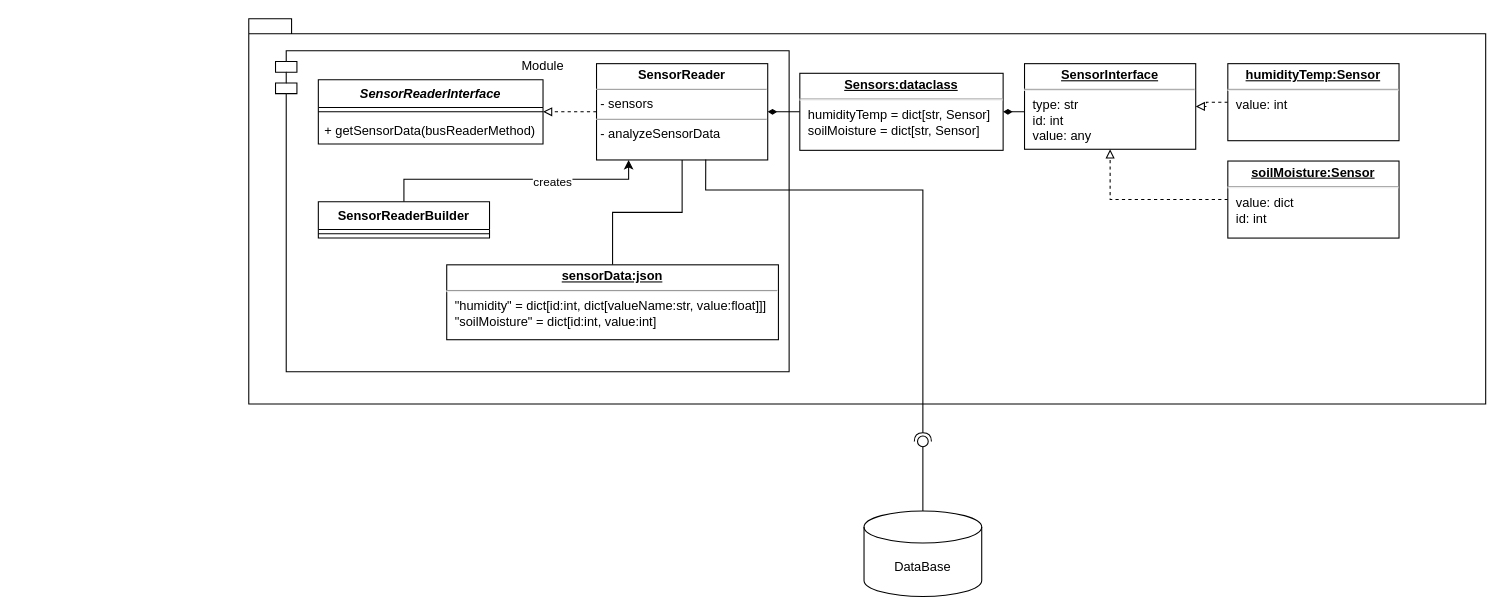
Above: SensorReader/Architecture/Architecture.drawio in Uhgtred/OpenGreenHouse (draw.io), before the change. Source tidied: cells renumbered, new cells numbered last; positions are measured from the earlier drawing's top-left corner, leaving out a move shared by most shapes. Both pictures are drawn from the tidied source at 107%, with x=0, y=0 at pixel (248, 18).
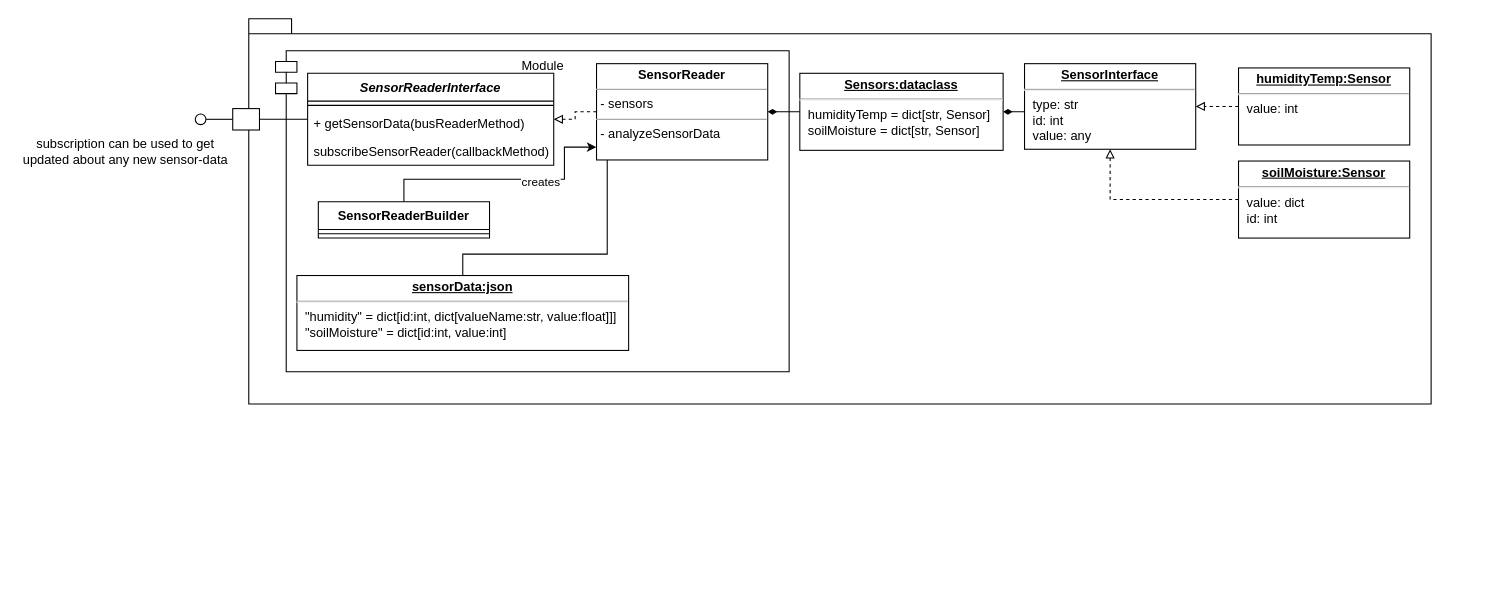
The same diagram, later.

Commit message (it also covers changes not shown here):
update of architecture and sensorReader

Unchanged cells that the change refers to:
```xml
<mxCell id="10" value="&lt;p style=&quot;margin:0px;margin-top:4px;text-align:center;&quot;&gt;&lt;b&gt;SensorReader&lt;/b&gt;&lt;/p&gt;&lt;hr size=&quot;1&quot;&gt;&lt;p style=&quot;margin:0px;margin-left:4px;&quot;&gt;- sensors&lt;/p&gt;&lt;hr size=&quot;1&quot;&gt;&lt;p style=&quot;margin:0px;margin-left:4px;&quot;&gt;- analyzeSensorData&lt;/p&gt;" style="verticalAlign=top;align=left;overflow=fill;fontSize=12;fontFamily=Helvetica;html=1;" parent="1" vertex="1">
  <mxGeometry x="325" y="42" width="160" height="90" as="geometry" />
</mxCell>
<mxCell id="17" style="group;" parent="13" vertex="1">
  <mxGeometry x="190" width="160" height="163" as="geometry" />
</mxCell>
<mxCell id="25" style="ellipse;whiteSpace=wrap;html=1;align=center;fillColor=none;strokeColor=none;perimeter=centerPerimeter;points=[];outlineConnect=1;" parent="1" vertex="1">
  <mxGeometry x="625" y="390" width="10" height="10" as="geometry" />
</mxCell>
<mxCell id="28" value="SensorReaderBuilder" style="swimlane;fontStyle=1;align=center;verticalAlign=top;horizontal=1;startSize=26;whiteSpace=wrap;html=1;" parent="1" vertex="1">
  <mxGeometry x="65" y="171" width="160" height="34" as="geometry" />
</mxCell>
```

The edit, as a diff of the source:
```diff
@@
     <mxCell id="2" style="shape=folder;fontStyle=1;spacingTop=10;tabWidth=40;tabHeight=14;tabPosition=left;html=1;" parent="1" vertex="1">
-      <mxGeometry width="1156" height="360" as="geometry" />
+      <mxGeometry width="1105" height="360" as="geometry" />
     </mxCell>
@@
     <mxCell id="4" style="edgeStyle=orthogonalEdgeStyle;rounded=0;jettySize=auto;html=1;endArrow=none;endFill=0;" parent="1" edge="1" source="10" target="20">
-      <mxGeometry relative="1" as="geometry" />
+      <mxGeometry relative="1" as="geometry">
+        <Array as="points">
+          <mxPoint x="335" y="220" />
+          <mxPoint x="200" y="220" />
+        </Array>
+      </mxGeometry>
     </mxCell>
+    <mxCell id="30" style="edgeStyle=orthogonalEdgeStyle;rounded=0;jettySize=auto;html=1;entryX=1;entryY=0.5;entryDx=0;entryDy=0;endArrow=none;endFill=0;" parent="1" edge="1" source="5" target="36">
+      <mxGeometry relative="1" as="geometry" />
+    </mxCell>
     <mxCell id="5" value="SensorReaderInterface" style="swimlane;fontStyle=3;align=center;verticalAlign=top;horizontal=1;startSize=26;" parent="1" vertex="1">
-      <mxGeometry x="65" y="57" width="210" height="60" as="geometry" />
+      <mxGeometry x="55" y="51" width="230" height="86" as="geometry" />
     </mxCell>
     <mxCell id="6" style="line;strokeWidth=1;fillColor=none;align=left;verticalAlign=middle;spacingTop=-1;spacingLeft=3;spacingRight=3;labelPosition=right;strokeColor=inherit;" parent="5" vertex="1">
-      <mxGeometry y="26" width="210" height="8" as="geometry" />
+      <mxGeometry y="26" width="230" height="8" as="geometry" />
     </mxCell>
     <mxCell id="7" value="+ getSensorData(busReaderMethod)" style="text;strokeColor=none;fillColor=none;align=left;verticalAlign=top;spacingLeft=4;spacingRight=4;overflow=hidden;" parent="5" vertex="1">
-      <mxGeometry y="34" width="210" height="26" as="geometry" />
+      <mxGeometry y="34" width="230" height="26" as="geometry" />
     </mxCell>
+    <mxCell id="31" value="subscribeSensorReader(callbackMethod)" style="text;strokeColor=none;fillColor=none;align=left;verticalAlign=top;spacingLeft=4;spacingRight=4;overflow=hidden;" parent="5" vertex="1">
+      <mxGeometry y="60" width="230" height="26" as="geometry" />
+    </mxCell>
@@
     <mxCell id="18" value="&lt;p style=&quot;margin:0px;margin-top:4px;text-align:center;text-decoration:underline;&quot;&gt;&lt;b&gt;humidityTemp:Sensor&lt;/b&gt;&lt;/p&gt;&lt;hr&gt;&lt;p style=&quot;margin:0px;margin-left:8px;&quot;&gt;value: int&lt;/p&gt;" style="verticalAlign=top;align=left;overflow=fill;fontSize=12;fontFamily=Helvetica;html=1;" parent="17" vertex="1">
-      <mxGeometry width="160" height="72" as="geometry" />
+      <mxGeometry x="10" y="4" width="160" height="72" as="geometry" />
     </mxCell>
     <mxCell id="19" value="&lt;p style=&quot;margin:0px;margin-top:4px;text-align:center;text-decoration:underline;&quot;&gt;&lt;b&gt;soilMoisture:Sensor&lt;/b&gt;&lt;/p&gt;&lt;hr&gt;&lt;p style=&quot;margin:0px;margin-left:8px;&quot;&gt;value: dict&lt;br&gt;&lt;/p&gt;&lt;p style=&quot;margin:0px;margin-left:8px;&quot;&gt;id: int&lt;/p&gt;" style="verticalAlign=top;align=left;overflow=fill;fontSize=12;fontFamily=Helvetica;html=1;" parent="17" vertex="1">
-      <mxGeometry y="91" width="160" height="72" as="geometry" />
+      <mxGeometry x="10" y="91" width="160" height="72" as="geometry" />
     </mxCell>
     <mxCell id="20" value="&lt;p style=&quot;margin:0px;margin-top:4px;text-align:center;text-decoration:underline;&quot;&gt;&lt;b&gt;sensorData:json&lt;/b&gt;&lt;/p&gt;&lt;hr&gt;&lt;p style=&quot;margin:0px;margin-left:8px;&quot;&gt;&quot;humidity&quot; = dict[id:int, dict[valueName:str, value:float]]]&lt;br&gt;&quot;soilMoisture&quot; = dict[id:int, value:int]&lt;br&gt;&lt;/p&gt;" style="verticalAlign=top;align=left;overflow=fill;fontSize=12;fontFamily=Helvetica;html=1;" parent="1" vertex="1">
-      <mxGeometry x="185" y="230" width="310" height="70" as="geometry" />
+      <mxGeometry x="45" y="240" width="310" height="70" as="geometry" />
     </mxCell>
-    <mxCell id="21" value="DataBase" style="shape=cylinder3;whiteSpace=wrap;html=1;boundedLbl=1;backgroundOutline=1;size=15;" parent="1" vertex="1">
-      <mxGeometry x="575" y="460" width="110" height="80" as="geometry" />
-    </mxCell>
-    <mxCell id="22" style="rounded=0;jettySize=auto;html=1;endArrow=halfCircle;endFill=0;endSize=6;strokeWidth=1;sketch=0;fontSize=12;curved=0;entryX=0.6;entryY=0.2;entryDx=0;entryDy=0;entryPerimeter=0;exitX=0.638;exitY=0.996;exitDx=0;exitDy=0;exitPerimeter=0;" parent="1" edge="1" source="10" target="25">
-      <mxGeometry relative="1" as="geometry">
-        <Array as="points">
-          <mxPoint x="427" y="160" />
-          <mxPoint x="630" y="160" />
-        </Array>
-      </mxGeometry>
-    </mxCell>
@@
-    <mxCell id="24" style="rounded=0;jettySize=auto;html=1;endArrow=oval;endFill=0;sketch=0;sourcePerimeterSpacing=0;targetPerimeterSpacing=0;endSize=10;exitX=0.5;exitY=0;exitDx=0;exitDy=0;exitPerimeter=0;" parent="1" edge="1" source="21" target="25">
-      <mxGeometry relative="1" as="geometry" />
-    </mxCell>
@@
     <mxCell id="26" style="edgeStyle=orthogonalEdgeStyle;rounded=0;jettySize=auto;html=1;" parent="1" edge="1" source="28" target="10">
       <mxGeometry relative="1" as="geometry">
         <Array as="points">
           <mxPoint x="145" y="150" />
-          <mxPoint x="355" y="150" />
+          <mxPoint x="295" y="150" />
+          <mxPoint x="295" y="120" />
         </Array>
       </mxGeometry>
     </mxCell>
@@
+    <mxCell id="32" style="rounded=0;orthogonalLoop=1;jettySize=auto;html=1;endArrow=oval;endFill=0;sketch=0;sourcePerimeterSpacing=0;targetPerimeterSpacing=0;endSize=10;" parent="1" edge="1">
+      <mxGeometry relative="1" as="geometry">
+        <mxPoint x="30" y="410" as="sourcePoint" />
+        <mxPoint x="30" y="410" as="targetPoint" />
+      </mxGeometry>
+    </mxCell>
+    <mxCell id="33" style="ellipse;whiteSpace=wrap;html=1;align=center;fillColor=none;strokeColor=none;perimeter=centerPerimeter;" parent="1" vertex="1">
+      <mxGeometry x="25" y="420" width="10" height="10" as="geometry" />
+    </mxCell>
+    <mxCell id="34" style="rounded=0;jettySize=auto;html=1;endArrow=oval;endFill=0;sketch=0;sourcePerimeterSpacing=0;targetPerimeterSpacing=0;endSize=10;exitX=0;exitY=0.5;exitDx=0;exitDy=0;" parent="1" edge="1" source="36">
+      <mxGeometry relative="1" as="geometry">
+        <mxPoint x="-45" y="94" as="targetPoint" />
+      </mxGeometry>
+    </mxCell>
+    <mxCell id="35" style="ellipse;whiteSpace=wrap;html=1;align=center;fillColor=none;strokeColor=none;perimeter=centerPerimeter;" parent="1" vertex="1">
+      <mxGeometry x="-45" y="161" width="10" height="10" as="geometry" />
+    </mxCell>
+    <mxCell id="36" style="rounded=0;whiteSpace=wrap;html=1;" parent="1" vertex="1">
+      <mxGeometry x="-15" y="84" width="25" height="20" as="geometry" />
+    </mxCell>
+    <mxCell id="37" value="subscription can be used to get updated about any new sensor-data" style="text;html=1;strokeColor=none;fillColor=none;align=center;verticalAlign=middle;whiteSpace=wrap;rounded=0;" parent="1" vertex="1">
+      <mxGeometry x="-215" y="109" width="200" height="30" as="geometry" />
+    </mxCell>
```
